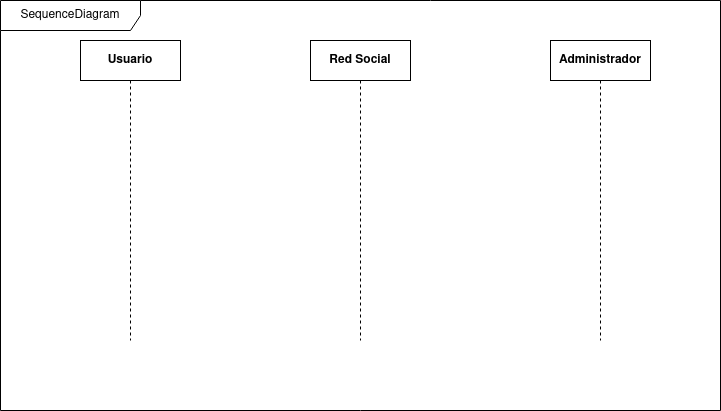
This is diagramas_secuencias/red-social/diagrama-secuencia-red-social.drawio.png from JesusLugo2002/ETS, a draw.io export, as it was before one commit. Source tidied: cells renumbered, new cells last; positions are measured from the earlier drawing's top-left corner, leaving out a move shared by most shapes.
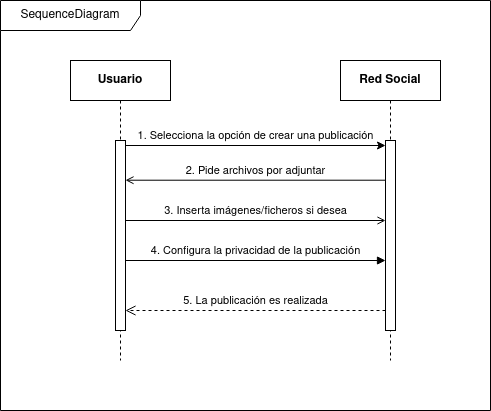
The same file after the commit.

What changed in the source:
```diff
@@ -3,16 +3,45 @@
     <mxCell id="0" />
     <mxCell id="1" parent="0" />
     <mxCell id="2" value="Usuario" style="shape=umlLifeline;perimeter=lifelinePerimeter;whiteSpace=wrap;html=1;newEdgeStyle={&quot;curved&quot;:0,&quot;rounded&quot;:0};fontStyle=1;" parent="1" vertex="1">
-      <mxGeometry x="80" y="40" width="100" height="300" as="geometry" />
+      <mxGeometry x="40" y="30" width="100" height="300" as="geometry" />
     </mxCell>
     <mxCell id="3" value="Red Social" style="shape=umlLifeline;perimeter=lifelinePerimeter;whiteSpace=wrap;html=1;newEdgeStyle={&quot;curved&quot;:0,&quot;rounded&quot;:0};fontStyle=1;" parent="1" vertex="1">
-      <mxGeometry x="310" y="40" width="100" height="300" as="geometry" />
+      <mxGeometry x="310" y="30" width="100" height="300" as="geometry" />
     </mxCell>
-    <mxCell id="4" value="Administrador" style="shape=umlLifeline;perimeter=lifelinePerimeter;whiteSpace=wrap;html=1;newEdgeStyle={&quot;curved&quot;:0,&quot;rounded&quot;:0};fontStyle=1;" parent="1" vertex="1">
-      <mxGeometry x="550" y="40" width="100" height="300" as="geometry" />
-    </mxCell>
     <mxCell id="5" value="&lt;div&gt;SequenceDiagram&lt;/div&gt;" style="shape=umlFrame;whiteSpace=wrap;html=1;width=140;height=30;" parent="1" vertex="1">
-      <mxGeometry width="720" height="410" as="geometry" />
+      <mxGeometry x="-30" y="-30" width="490" height="410" as="geometry" />
     </mxCell>
+    <mxCell id="6" style="html=1;points=[[0,0,0,0,5],[0,1,0,0,-5],[1,0,0,0,5],[1,1,0,0,-5]];perimeter=orthogonalPerimeter;outlineConnect=0;targetShapes=umlLifeline;portConstraint=eastwest;newEdgeStyle={&quot;curved&quot;:0,&quot;rounded&quot;:0};" parent="1" vertex="1">
+      <mxGeometry x="85" y="110" width="10" height="190" as="geometry" />
+    </mxCell>
+    <mxCell id="7" style="html=1;points=[[0,0,0,0,5],[0,1,0,0,-5],[1,0,0,0,5],[1,1,0,0,-5]];perimeter=orthogonalPerimeter;outlineConnect=0;targetShapes=umlLifeline;portConstraint=eastwest;newEdgeStyle={&quot;curved&quot;:0,&quot;rounded&quot;:0};" parent="1" vertex="1">
+      <mxGeometry x="355" y="110" width="10" height="190" as="geometry" />
+    </mxCell>
+    <mxCell id="8" value="1. Selecciona la opción de crear una publicación" style="html=1;verticalAlign=bottom;endArrow=classic;curved=0;rounded=0;exitX=1;exitY=0;exitDx=0;exitDy=5;exitPerimeter=0;endFill=1;" parent="1" edge="1" source="6" target="7">
+      <mxGeometry relative="1" as="geometry" />
+    </mxCell>
+    <mxCell id="9" value="2. Pide archivos por adjuntar" style="html=1;verticalAlign=bottom;endArrow=open;curved=0;rounded=0;entryX=1;entryY=1;entryDx=0;entryDy=-5;entryPerimeter=0;exitX=0;exitY=1;exitDx=0;exitDy=-5;exitPerimeter=0;endFill=0;" parent="1" edge="1">
+      <mxGeometry relative="1" as="geometry">
+        <mxPoint x="355" y="149.7" as="sourcePoint" />
+        <mxPoint x="95" y="149.7" as="targetPoint" />
+      </mxGeometry>
+    </mxCell>
+    <mxCell id="10" value="3. Inserta imágenes/ficheros si desea" style="html=1;verticalAlign=bottom;endArrow=open;curved=0;rounded=0;endFill=0;" parent="1" edge="1">
+      <mxGeometry relative="1" as="geometry">
+        <mxPoint x="95" y="190" as="sourcePoint" />
+        <mxPoint x="355" y="190" as="targetPoint" />
+      </mxGeometry>
+    </mxCell>
+    <mxCell id="11" value="4. Configura la privacidad de la publicación" style="html=1;verticalAlign=bottom;endArrow=block;curved=0;rounded=0;" parent="1" edge="1">
+      <mxGeometry relative="1" as="geometry">
+        <mxPoint x="95" y="230" as="sourcePoint" />
+        <mxPoint x="355" y="230" as="targetPoint" />
+      </mxGeometry>
+    </mxCell>
+    <mxCell id="12" value="5. La publicación es realizada" style="html=1;verticalAlign=bottom;endArrow=open;dashed=1;endSize=8;curved=0;rounded=0;" parent="1" edge="1" target="6">
+      <mxGeometry relative="1" as="geometry">
+        <mxPoint x="355" y="280" as="sourcePoint" />
+      </mxGeometry>
+    </mxCell>
   </root>
 </mxGraphModel>
```
